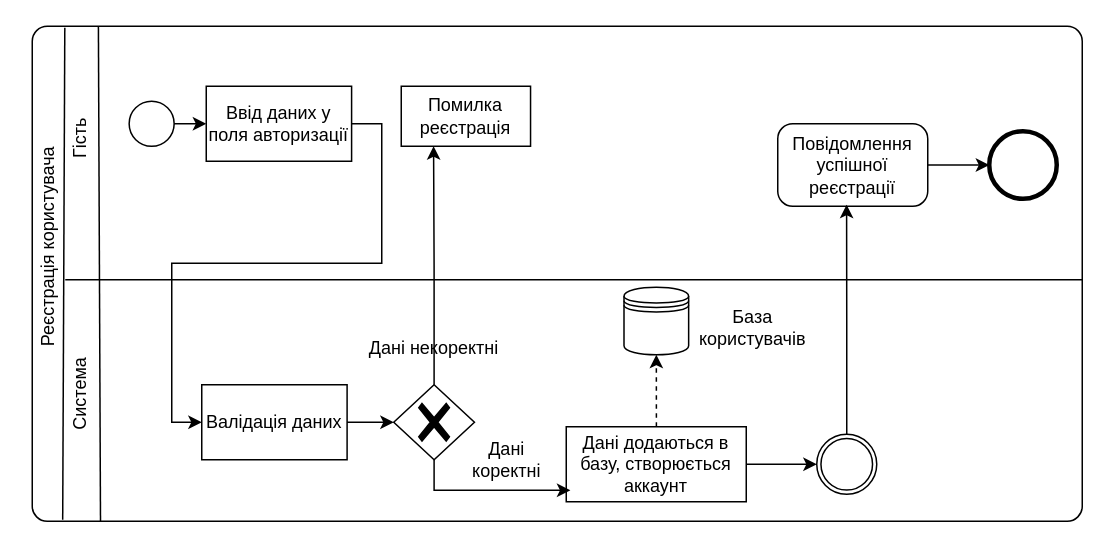
The draw.io diagram page "Page-1" (1 of 5) of assets/bpmn.drawio in whitetark/bbetter, before the edit. Source tidied: cells renumbered, new cells numbered last; positions are measured from the earlier drawing's top-left corner, leaving out a move shared by most shapes. Both pictures are drawn from the tidied source at 150%, with x=0, y=0 at pixel (-150, 26).
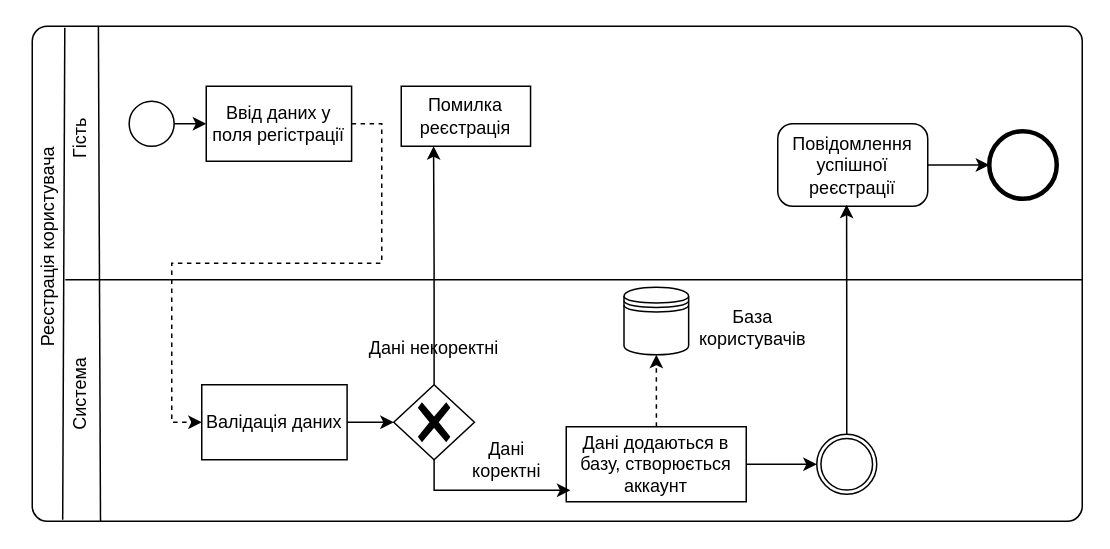
After the change.

Unchanged cells that the change refers to:
```xml
<mxCell id="2" style="points=[[0.25,0,0],[0.5,0,0],[0.75,0,0],[1,0.25,0],[1,0.5,0],[1,0.75,0],[0.75,1,0],[0.5,1,0],[0.25,1,0],[0,0.75,0],[0,0.5,0],[0,0.25,0]];shape=mxgraph.bpmn.task;whiteSpace=wrap;rectStyle=rounded;size=10;html=1;taskMarker=abstract;" parent="1" vertex="1">
  <mxGeometry x="121" width="700" height="330" as="geometry" />
</mxCell>
<mxCell id="10" value="Валідація даних" style="rounded=0;whiteSpace=wrap;html=1;" parent="2" vertex="1">
  <mxGeometry x="113" y="239" width="96.9" height="50" as="geometry" />
</mxCell>
```

Diff of the diagram source:
```diff
@@
-    <mxCell id="7" style="edgeStyle=orthogonalEdgeStyle;rounded=0;jettySize=auto;html=1;exitX=1;exitY=0.5;exitDx=0;exitDy=0;entryX=0;entryY=0.5;entryDx=0;entryDy=0;" parent="2" edge="1" source="8" target="10">
+    <mxCell id="7" style="edgeStyle=orthogonalEdgeStyle;rounded=0;jettySize=auto;html=1;exitX=1;exitY=0.5;exitDx=0;exitDy=0;entryX=0;entryY=0.5;entryDx=0;entryDy=0;dashed=1;" parent="2" edge="1" source="8" target="10">
       <mxGeometry relative="1" as="geometry">
         <Array as="points">
           <mxPoint x="233" y="65" />
           <mxPoint x="233" y="158" />
           <mxPoint x="93" y="158" />
           <mxPoint x="93" y="264" />
         </Array>
       </mxGeometry>
     </mxCell>
-    <mxCell id="8" value="Ввід даних у поля авторизації" style="rounded=0;whiteSpace=wrap;html=1;" parent="2" vertex="1">
+    <mxCell id="8" value="Ввід даних у поля регістрації" style="rounded=0;whiteSpace=wrap;html=1;" parent="2" vertex="1">
       <mxGeometry x="116" y="40" width="96.9" height="50" as="geometry" />
     </mxCell>
```
